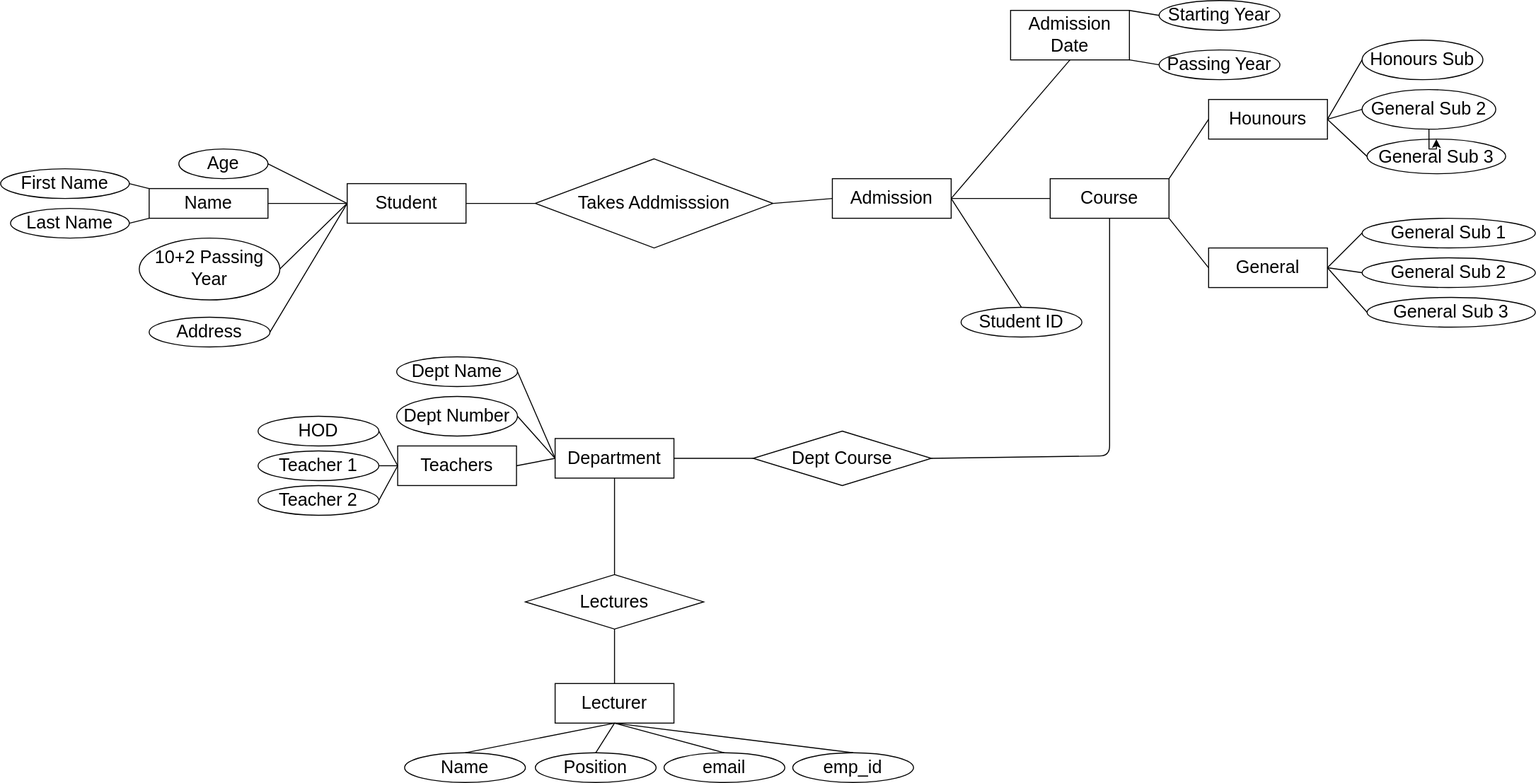
Earlier version of the draw.io export er_dig_college_mgm_26_09_2020.svg (listout/drawio_digs). Source tidied: cells renumbered, new cells last; positions are measured from the earlier drawing's top-left corner, leaving out a move shared by most shapes.
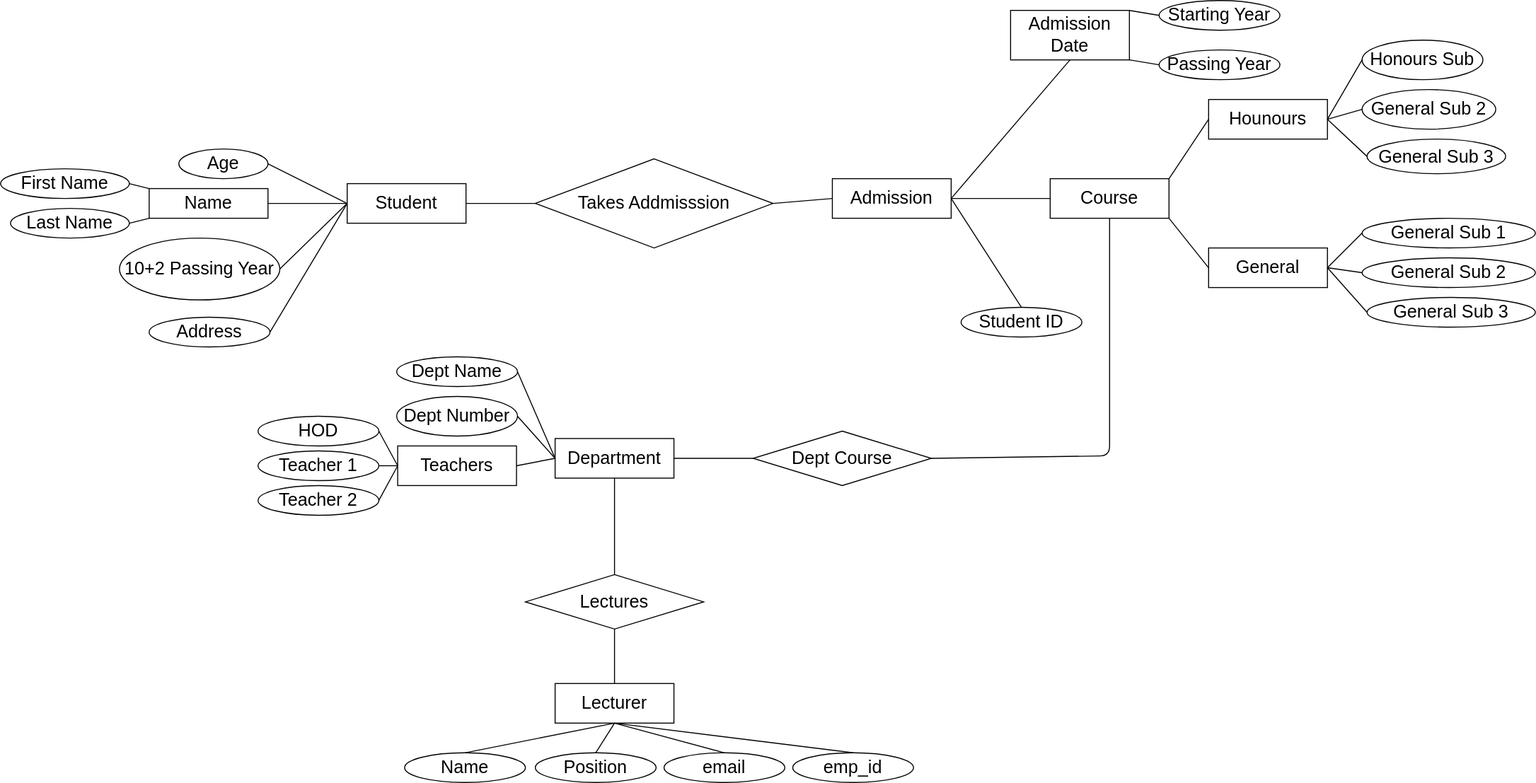
The same diagram one commit later.

The edit, as a diff of the source:
```diff
@@ -12,7 +12,7 @@
       <mxGeometry y="170" width="130" height="30" as="geometry" />
     </mxCell>
     <mxCell id="5" value="10+2 Passing Year" style="ellipse;whiteSpace=wrap;html=1;fontSize=18;" parent="1" vertex="1">
-      <mxGeometry x="140" y="240" width="142" height="62.5" as="geometry" />
+      <mxGeometry x="120" y="240" width="162" height="62.5" as="geometry" />
     </mxCell>
     <mxCell id="6" value="Address" style="ellipse;whiteSpace=wrap;html=1;fontSize=18;" parent="1" vertex="1">
       <mxGeometry x="150" y="320" width="122" height="30" as="geometry" />
@@ -62,9 +62,6 @@
     <mxCell id="21" value="General Sub 3" style="ellipse;whiteSpace=wrap;html=1;fontSize=18;" parent="1" vertex="1">
       <mxGeometry x="1380" y="140" width="140" height="35" as="geometry" />
     </mxCell>
-    <mxCell id="22" style="edgeStyle=orthogonalEdgeStyle;rounded=0;jettySize=auto;html=1;fontSize=18;" parent="1" edge="1" source="23" target="21">
-      <mxGeometry relative="1" as="geometry" />
-    </mxCell>
     <mxCell id="23" value="General Sub 2" style="ellipse;whiteSpace=wrap;html=1;fontSize=18;" parent="1" vertex="1">
       <mxGeometry x="1375" y="90" width="135" height="40" as="geometry" />
     </mxCell>
```
